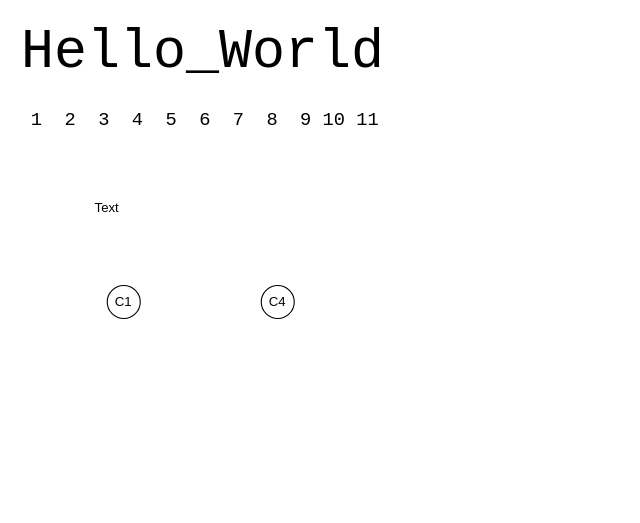
Earlier version of the draw.io diagram demos/annotations/update_annotations.drawio (LivelyKernel/lively4-core). Source tidied: cells renumbered, new cells numbered last; positions are measured from the earlier drawing's top-left corner, leaving out a move shared by most shapes. Both pictures are drawn from the tidied source at 110%, with x=0, y=0 at pixel (19, 21).
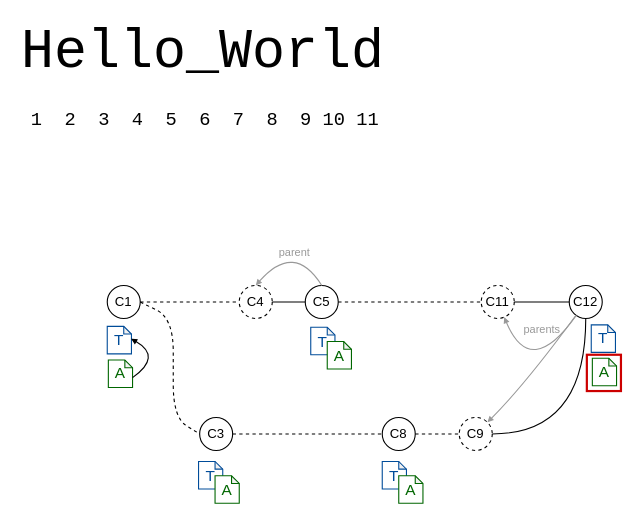
Above is the later version.

The change refers to these unchanged cells:
```xml
<mxCell id="5" value="C1" style="ellipse;whiteSpace=wrap;html=1;" parent="1" vertex="1">
  <mxGeometry x="80" y="240" width="30" height="30" as="geometry" />
</mxCell>
```

What changed in the source:
```diff
@@
-    <mxCell id="6" value="Text" style="text;html=1;strokeColor=none;fillColor=none;align=center;verticalAlign=middle;whiteSpace=wrap;rounded=0;" parent="1" vertex="1">
-      <mxGeometry x="60" y="160" width="40" height="20" as="geometry" />
-    </mxCell>
-    <mxCell id="7" value="C4" style="ellipse;whiteSpace=wrap;html=1;" parent="1" vertex="1">
-      <mxGeometry x="220" y="240" width="30" height="30" as="geometry" />
+    <mxCell id="7" value="C4" style="ellipse;whiteSpace=wrap;html=1;dashed=1;" parent="1" vertex="1">
+      <mxGeometry x="200" y="240" width="30" height="30" as="geometry" />
     </mxCell>
+    <mxCell id="8" value="C3" style="ellipse;whiteSpace=wrap;html=1;" parent="1" vertex="1">
+      <mxGeometry x="164" y="360" width="30" height="30" as="geometry" />
+    </mxCell>
+    <mxCell id="9" value="&lt;font style=&quot;font-size: 14px&quot;&gt;T&lt;/font&gt;" style="shape=note;whiteSpace=wrap;html=1;backgroundOutline=1;darkOpacity=0.05;size=7;strokeColor=#004C99;fontColor=#004C99;" parent="1" vertex="1">
+      <mxGeometry x="80" y="277.2" width="22" height="25" as="geometry" />
+    </mxCell>
+    <mxCell id="10" value="&lt;font style=&quot;font-size: 14px&quot;&gt;A&lt;/font&gt;" style="shape=note;whiteSpace=wrap;html=1;backgroundOutline=1;darkOpacity=0.05;size=7;strokeColor=#006600;fontColor=#006600;" parent="1" vertex="1">
+      <mxGeometry x="81" y="307.8" width="22" height="25" as="geometry" />
+    </mxCell>
+    <mxCell id="11" style="endArrow=block;html=1;fontColor=#006600;exitX=0;exitY=0;exitDx=22;exitDy=16;exitPerimeter=0;entryX=0.985;entryY=0.449;entryDx=0;entryDy=0;entryPerimeter=0;curved=1;endFill=1;endSize=3;" parent="1" edge="1" source="10" target="9">
+      <mxGeometry relative="1" as="geometry">
+        <Array as="points">
+          <mxPoint x="130" y="304.8" />
+        </Array>
+      </mxGeometry>
+    </mxCell>
+    <mxCell id="12" value="C5" style="ellipse;whiteSpace=wrap;html=1;" parent="1" vertex="1">
+      <mxGeometry x="260" y="240" width="30" height="30" as="geometry" />
+    </mxCell>
+    <mxCell id="13" style="endArrow=none;dashed=1;html=1;fontColor=#006600;entryX=0;entryY=0.5;entryDx=0;entryDy=0;" parent="1" edge="1" source="5" target="7">
+      <mxGeometry relative="1" as="geometry" />
+    </mxCell>
+    <mxCell id="14" style="endArrow=none;html=1;fontColor=#006600;entryX=0;entryY=0.5;entryDx=0;entryDy=0;exitX=1;exitY=0.5;exitDx=0;exitDy=0;" parent="1" edge="1" source="7" target="12">
+      <mxGeometry relative="1" as="geometry" />
+    </mxCell>
+    <mxCell id="15" value="&lt;font style=&quot;font-size: 14px&quot;&gt;T&lt;/font&gt;" style="shape=note;whiteSpace=wrap;html=1;backgroundOutline=1;darkOpacity=0.05;size=7;strokeColor=#004C99;fontColor=#004C99;" parent="1" vertex="1">
+      <mxGeometry x="265" y="278" width="22" height="25" as="geometry" />
+    </mxCell>
+    <mxCell id="16" value="&lt;font style=&quot;font-size: 14px&quot;&gt;A&lt;/font&gt;" style="shape=note;whiteSpace=wrap;html=1;backgroundOutline=1;darkOpacity=0.05;size=7;strokeColor=#006600;fontColor=#006600;" parent="1" vertex="1">
+      <mxGeometry x="280" y="291" width="22" height="25" as="geometry" />
+    </mxCell>
+    <mxCell id="17" value="&lt;font style=&quot;font-size: 14px&quot;&gt;T&lt;/font&gt;" style="shape=note;whiteSpace=wrap;html=1;backgroundOutline=1;darkOpacity=0.05;size=7;strokeColor=#004C99;fontColor=#004C99;" parent="1" vertex="1">
+      <mxGeometry x="163" y="400" width="22" height="25" as="geometry" />
+    </mxCell>
+    <mxCell id="18" value="&lt;font style=&quot;font-size: 14px&quot;&gt;A&lt;/font&gt;" style="shape=note;whiteSpace=wrap;html=1;backgroundOutline=1;darkOpacity=0.05;size=7;strokeColor=#006600;fontColor=#006600;" parent="1" vertex="1">
+      <mxGeometry x="178" y="413" width="22" height="25" as="geometry" />
+    </mxCell>
+    <mxCell id="19" style="endArrow=none;dashed=1;html=1;fontColor=#006600;entryX=0;entryY=0.5;entryDx=0;entryDy=0;exitX=1;exitY=0.5;exitDx=0;exitDy=0;jumpSize=23;arcSize=60;" parent="1" edge="1" source="5" target="8">
+      <mxGeometry relative="1" as="geometry">
+        <Array as="points">
+          <mxPoint x="140" y="270" />
+          <mxPoint x="140" y="360" />
+        </Array>
+      </mxGeometry>
+    </mxCell>
+    <mxCell id="20" value="C8" style="ellipse;whiteSpace=wrap;html=1;" parent="1" vertex="1">
+      <mxGeometry x="330" y="360" width="30" height="30" as="geometry" />
+    </mxCell>
+    <mxCell id="21" style="endArrow=none;dashed=1;html=1;fontColor=#006600;" parent="1" edge="1" source="8" target="20">
+      <mxGeometry relative="1" as="geometry" />
+    </mxCell>
+    <mxCell id="22" value="&lt;font style=&quot;font-size: 14px&quot;&gt;T&lt;/font&gt;" style="shape=note;whiteSpace=wrap;html=1;backgroundOutline=1;darkOpacity=0.05;size=7;strokeColor=#004C99;fontColor=#004C99;" parent="1" vertex="1">
+      <mxGeometry x="330" y="400" width="22" height="25" as="geometry" />
+    </mxCell>
+    <mxCell id="23" value="&lt;font style=&quot;font-size: 14px&quot;&gt;A&lt;/font&gt;" style="shape=note;whiteSpace=wrap;html=1;backgroundOutline=1;darkOpacity=0.05;size=7;strokeColor=#006600;fontColor=#006600;" parent="1" vertex="1">
+      <mxGeometry x="345" y="413" width="22" height="25" as="geometry" />
+    </mxCell>
+    <mxCell id="24" value="C11" style="ellipse;whiteSpace=wrap;html=1;dashed=1;" parent="1" vertex="1">
+      <mxGeometry x="420" y="240" width="30" height="30" as="geometry" />
+    </mxCell>
+    <mxCell id="25" style="endArrow=none;html=1;fontColor=#006600;entryX=0;entryY=0.5;entryDx=0;entryDy=0;exitX=1;exitY=0.5;exitDx=0;exitDy=0;dashed=1;" parent="1" edge="1" source="12" target="24">
+      <mxGeometry relative="1" as="geometry" />
+    </mxCell>
+    <mxCell id="26" style="endArrow=block;html=1;fontColor=#006600;exitX=0.5;exitY=0;exitDx=0;exitDy=0;entryX=0.5;entryY=0;entryDx=0;entryDy=0;endFill=1;endSize=3;arcSize=60;strokeColor=#999999;curved=1;" parent="1" edge="1" source="12" target="7">
+      <mxGeometry relative="1" as="geometry">
+        <Array as="points">
+          <mxPoint x="250" y="200" />
+        </Array>
+      </mxGeometry>
+    </mxCell>
+    <mxCell id="27" value="parent" style="text;html=1;align=center;verticalAlign=middle;fontColor=#999999;fontSize=10;strokeColor=none;" parent="1" vertex="1">
+      <mxGeometry x="230" y="200" width="40" height="20" as="geometry" />
+    </mxCell>
+    <mxCell id="28" value="C12" style="ellipse;whiteSpace=wrap;html=1;" parent="1" vertex="1">
+      <mxGeometry x="500" y="240" width="30" height="30" as="geometry" />
+    </mxCell>
+    <mxCell id="29" style="endArrow=none;html=1;fontColor=#006600;exitX=1;exitY=0.5;exitDx=0;exitDy=0;" parent="1" edge="1" source="24" target="28">
+      <mxGeometry relative="1" as="geometry" />
+    </mxCell>
+    <mxCell id="30" value="C9" style="ellipse;whiteSpace=wrap;html=1;dashed=1;" parent="1" vertex="1">
+      <mxGeometry x="400" y="360" width="30" height="30" as="geometry" />
+    </mxCell>
+    <mxCell id="31" style="endArrow=none;html=1;fontColor=#006600;dashed=1;" parent="1" edge="1" source="20" target="30">
+      <mxGeometry relative="1" as="geometry" />
+    </mxCell>
+    <mxCell id="32" style="endArrow=none;html=1;fontColor=#006600;edgeStyle=orthogonalEdgeStyle;curved=1;" parent="1" edge="1" source="30" target="28">
+      <mxGeometry relative="1" as="geometry" />
+    </mxCell>
+    <mxCell id="33" value="parents" style="text;html=1;align=center;verticalAlign=middle;fontColor=#999999;fontSize=10;strokeColor=none;" parent="1" vertex="1">
+      <mxGeometry x="450" y="270" width="50" height="20" as="geometry" />
+    </mxCell>
+    <mxCell id="34" style="endArrow=block;html=1;fontColor=#006600;endFill=1;endSize=3;arcSize=60;strokeColor=#999999;curved=1;" parent="1" edge="1" source="28" target="30">
+      <mxGeometry relative="1" as="geometry">
+        <Array as="points">
+          <mxPoint x="460" y="330" />
+        </Array>
+      </mxGeometry>
+    </mxCell>
+    <mxCell id="35" style="endArrow=block;html=1;fontColor=#006600;endFill=1;endSize=3;arcSize=60;strokeColor=#999999;curved=1;" parent="1" edge="1" source="28" target="24">
+      <mxGeometry relative="1" as="geometry">
+        <Array as="points">
+          <mxPoint x="465" y="326" />
+        </Array>
+      </mxGeometry>
+    </mxCell>
+    <mxCell id="36" value="&lt;font style=&quot;font-size: 14px&quot;&gt;T&lt;/font&gt;" style="shape=note;whiteSpace=wrap;html=1;backgroundOutline=1;darkOpacity=0.05;size=7;strokeColor=#004C99;fontColor=#004C99;" parent="1" vertex="1">
+      <mxGeometry x="520" y="275.8" width="22" height="25" as="geometry" />
+    </mxCell>
+    <mxCell id="37" value="&lt;font style=&quot;font-size: 14px&quot;&gt;A&lt;/font&gt;" style="shape=note;whiteSpace=wrap;html=1;backgroundOutline=1;darkOpacity=0.05;size=7;strokeColor=#006600;fontColor=#006600;" parent="1" vertex="1">
+      <mxGeometry x="521" y="306.2" width="22" height="25" as="geometry" />
+    </mxCell>
+    <mxCell id="38" style="rounded=0;whiteSpace=wrap;html=1;strokeColor=#CC0000;fontSize=10;fontColor=#999999;fillColor=none;strokeWidth=2;" parent="1" vertex="1">
+      <mxGeometry x="516" y="303" width="31" height="33" as="geometry" />
+    </mxCell>
```
